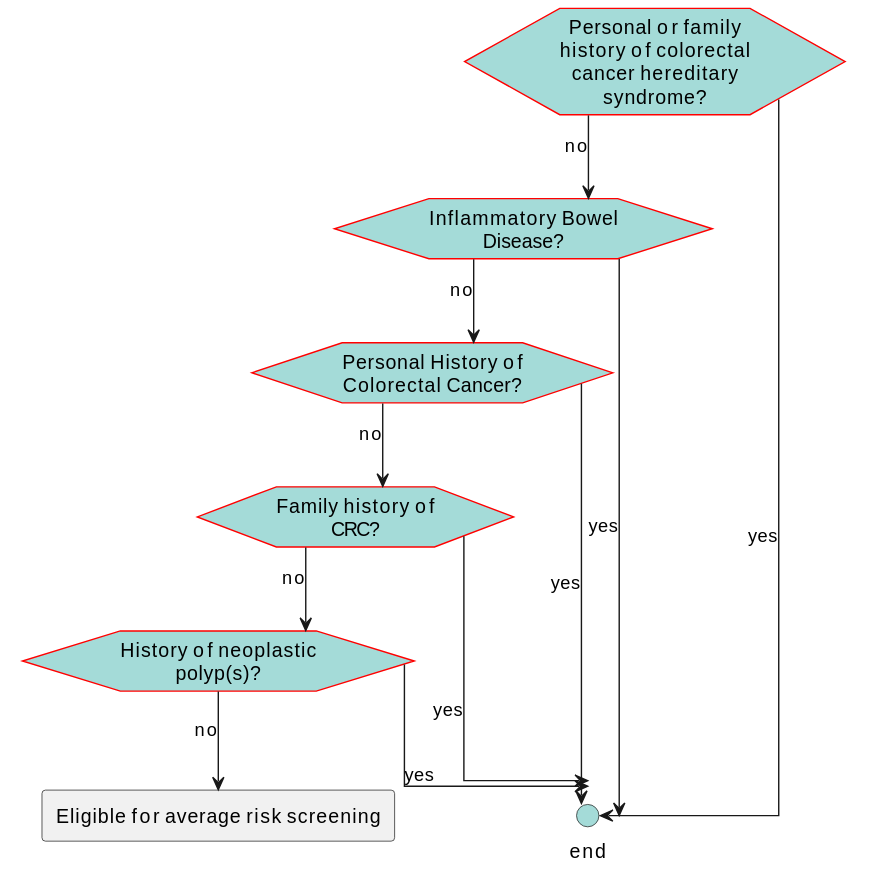
The PlantUML diagram images/flow-IncreasedRiskExclusions.svg in ccsm-cds-tools/CDC-Colorectal-Cancer-Screening-CDS-L2, before a commit.
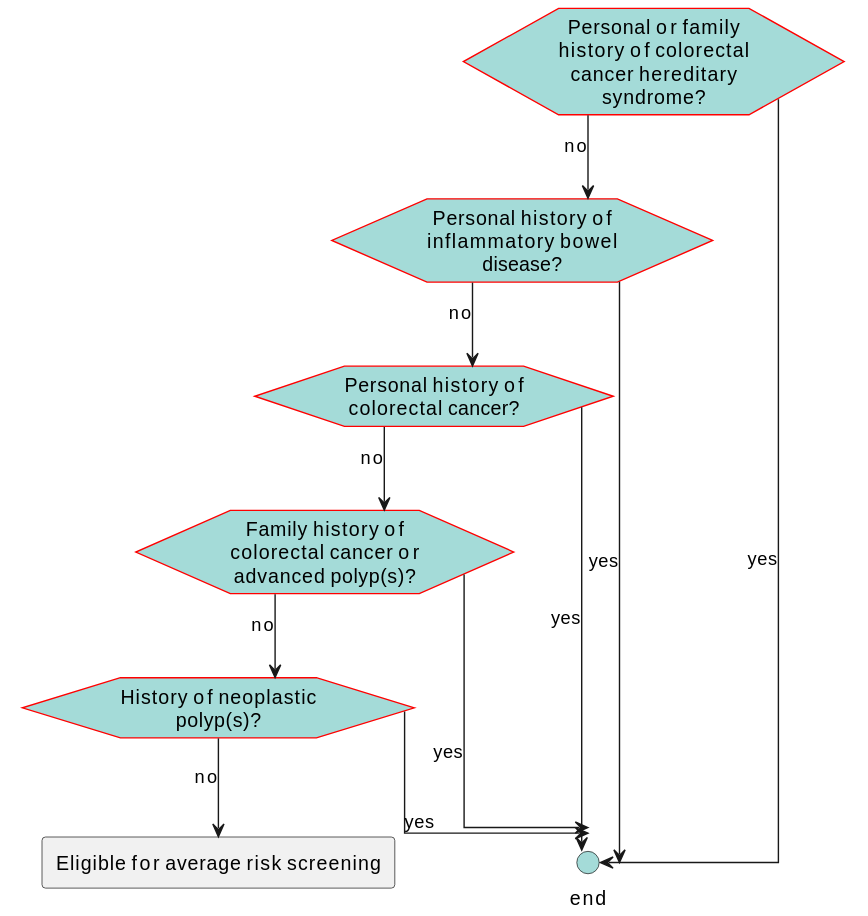
Above is the later version.

Diff of the diagram source:
```diff
@@ -18,9 +18,9 @@
 }
 </style>
 hexagon "Personal or family history of colorectal cancer hereditary syndrome? " as eve_CRCHereditarySyndrome [[#eve-CRCHereditarySyndrome]]
-hexagon "Inflammatory Bowel Disease?" as eve_IBD [[#eve-IBD]]
-hexagon "Personal History of Colorectal Cancer?" as eve_HxCRC [[#eve-HxCRC]]
-hexagon "Family history of CRC?" as eve_FamilyHxCRC [[#eve-FamilyHxCRC]]
+hexagon "Personal history of inflammatory bowel disease?" as eve_IBD [[#eve-IBD]]
+hexagon "Personal history of colorectal cancer?" as eve_HxCRC [[#eve-HxCRC]]
+hexagon "Family history of colorectal cancer or advanced polyp(s)?" as eve_FamilyHx [[#eve-FamilyHx]]
 hexagon "History of neoplastic polyp(s)?" as eve_HxPolyps [[#eve-HxPolyps]]
 circle "end" as end_1 <<end>>
 rectangle "Eligible for average risk screening" as act_AvgRiskScreeningEligible [[#act-AvgRiskScreeningEligible]]
@@ -29,9 +29,9 @@
 eve_IBD-->end_1: yes
 eve_IBD-->eve_HxCRC: no
 eve_HxCRC-->end_1: yes
-eve_HxCRC-->eve_FamilyHxCRC: no
-eve_FamilyHxCRC-->end_1: yes
-eve_FamilyHxCRC-->eve_HxPolyps: no
+eve_HxCRC-->eve_FamilyHx: no
+eve_FamilyHx-->end_1: yes
+eve_FamilyHx-->eve_HxPolyps: no
 eve_HxPolyps-->end_1: yes
 eve_HxPolyps-->act_AvgRiskScreeningEligible: no
 @enduml
```
